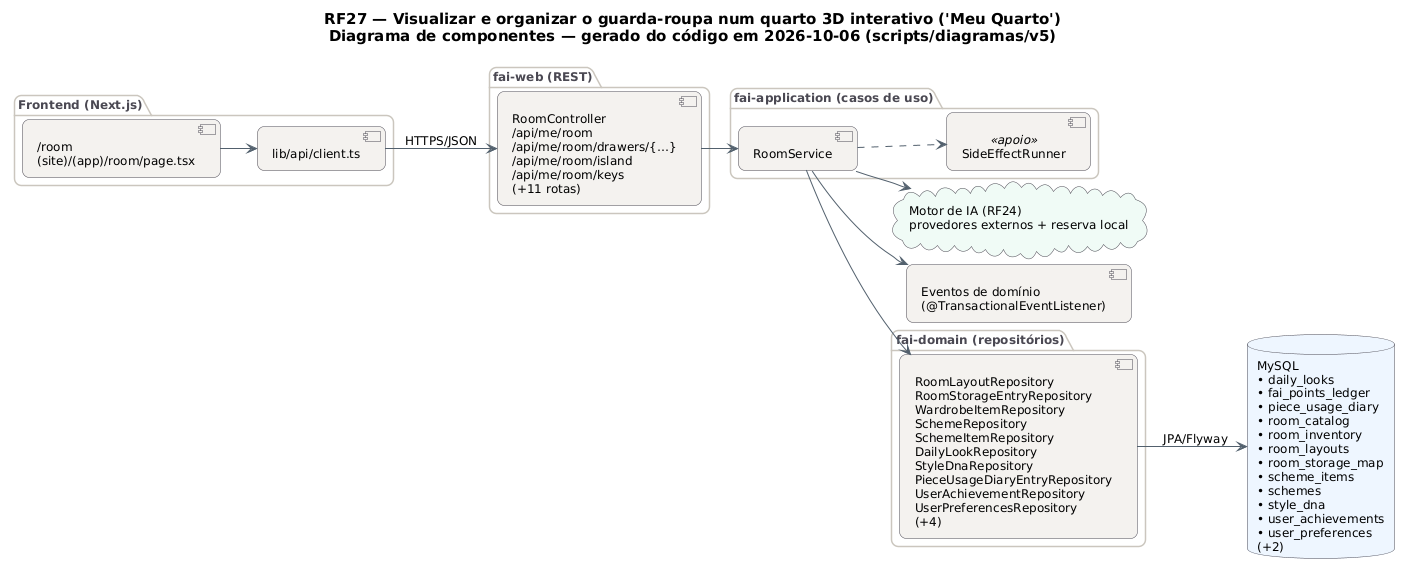
Before: docs/diagramas/RF27/RF27_Componentes.png, a diagram exported from PlantUML (MatheusHaliski/tcc-2026-fashion-ai-backend).
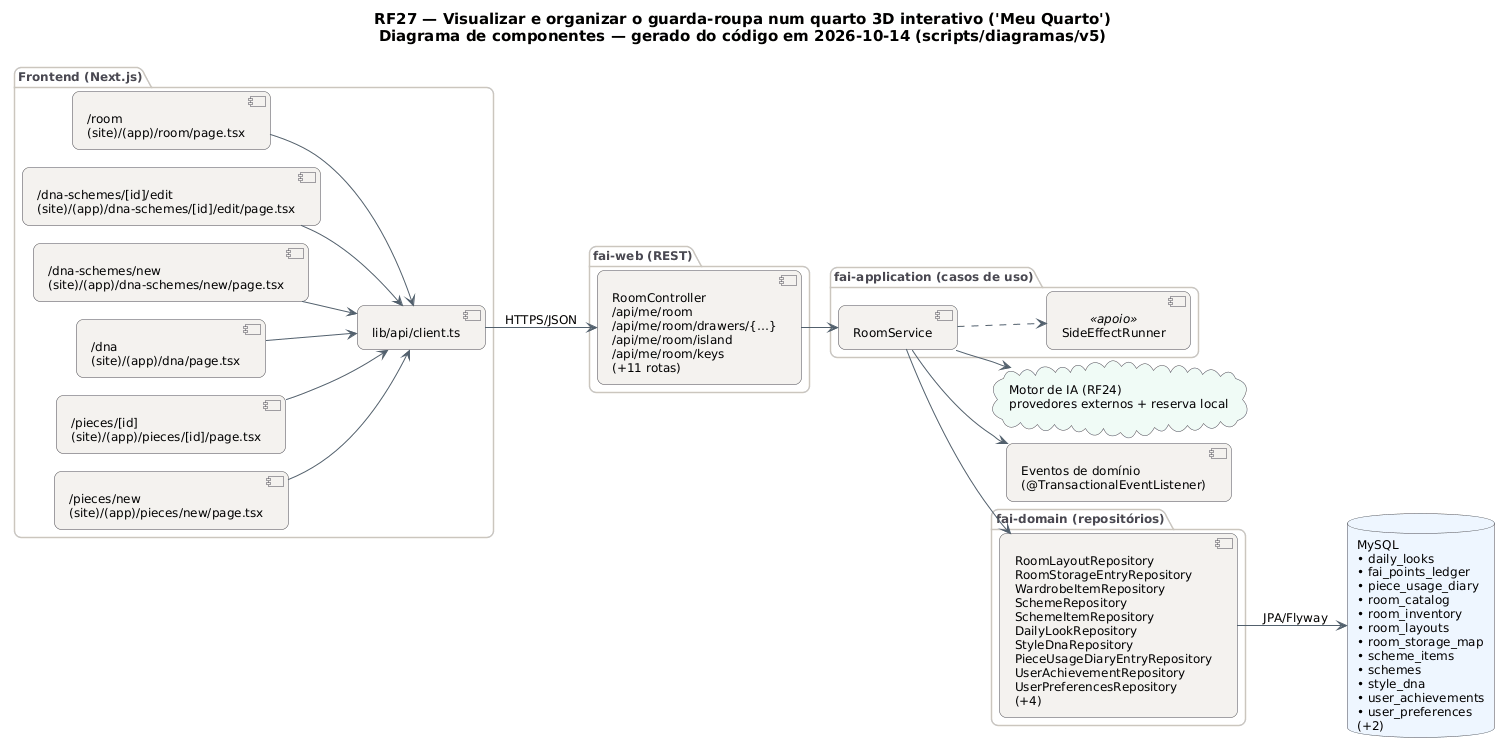
The same diagram one commit later.

Diff of the diagram source:
```diff
@@ -29,10 +29,15 @@
   BorderColor #4A4852
 }
 left to right direction
-title RF27 — Visualizar e organizar o guarda-roupa num quarto 3D interativo ('Meu Quarto')\nDiagrama de componentes — gerado do código em 2026-10-06 (scripts/diagramas/v5)
+title RF27 — Visualizar e organizar o guarda-roupa num quarto 3D interativo ('Meu Quarto')\nDiagrama de componentes — gerado do código em 2026-10-14 (scripts/diagramas/v5)
 
 package "Frontend (Next.js)" {
   component "/room\n(site)/(app)/room/page.tsx" as FE0
+  component "/dna-schemes/[id]/edit\n(site)/(app)/dna-schemes/[id]/edit/page.tsx" as FE1
+  component "/dna-schemes/new\n(site)/(app)/dna-schemes/new/page.tsx" as FE2
+  component "/dna\n(site)/(app)/dna/page.tsx" as FE3
+  component "/pieces/[id]\n(site)/(app)/pieces/[id]/page.tsx" as FE4
+  component "/pieces/new\n(site)/(app)/pieces/new/page.tsx" as FE5
   component "lib/api/client.ts" as APIC
 }
 package "fai-web (REST)" {
@@ -50,6 +55,11 @@
 component "Eventos de domínio\n(@TransactionalEventListener)" as EV
 APIC --> RoomController : HTTPS/JSON
 FE0 --> APIC
+FE1 --> APIC
+FE2 --> APIC
+FE3 --> APIC
+FE4 --> APIC
+FE5 --> APIC
 REPO_MySQL --> DB_MySQL : JPA/Flyway
 RoomController --> RoomService
 RoomService --> AI
```
